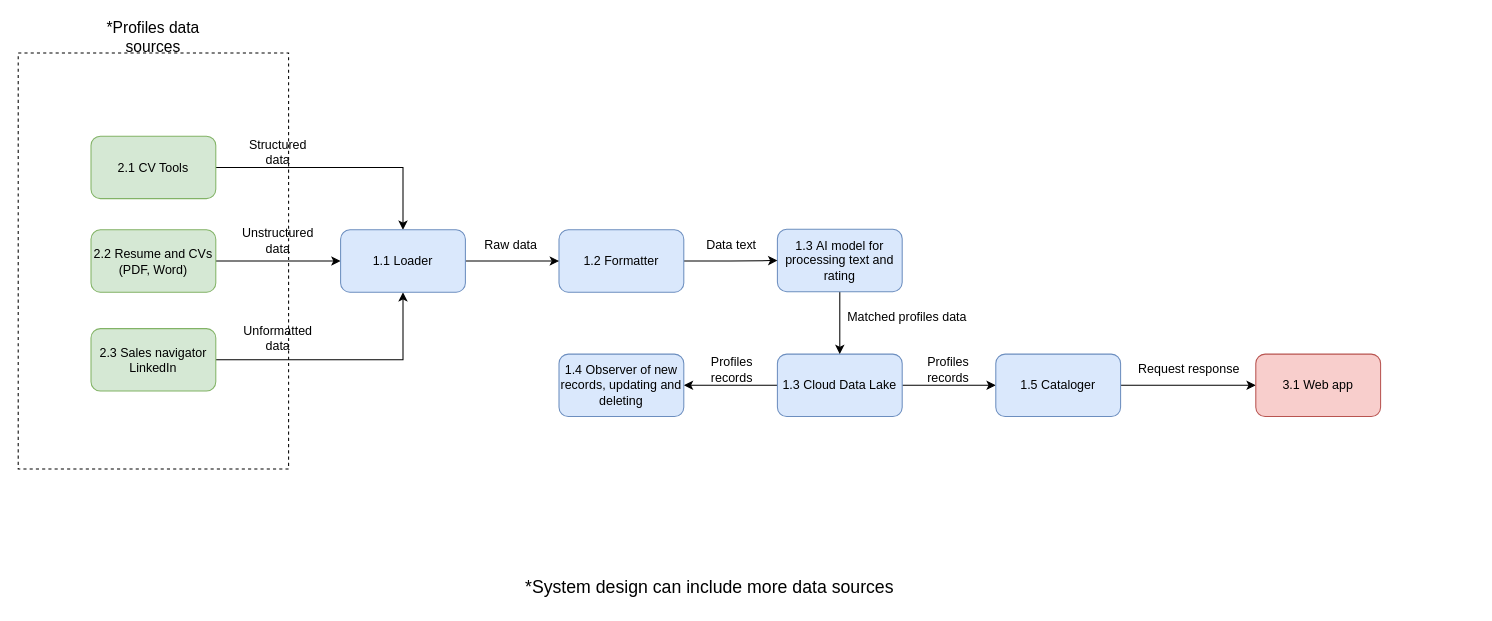
Above: page "LVL-1" (2 of 3) of architecture.drawio in pipemohz/magnus (draw.io), before the change. Source tidied: cells renumbered, new cells numbered last; positions are measured from the earlier drawing's top-left corner, leaving out a move shared by most shapes. Both pictures are drawn from the tidied source at 104%, with x=0, y=0 at pixel (18, 21).
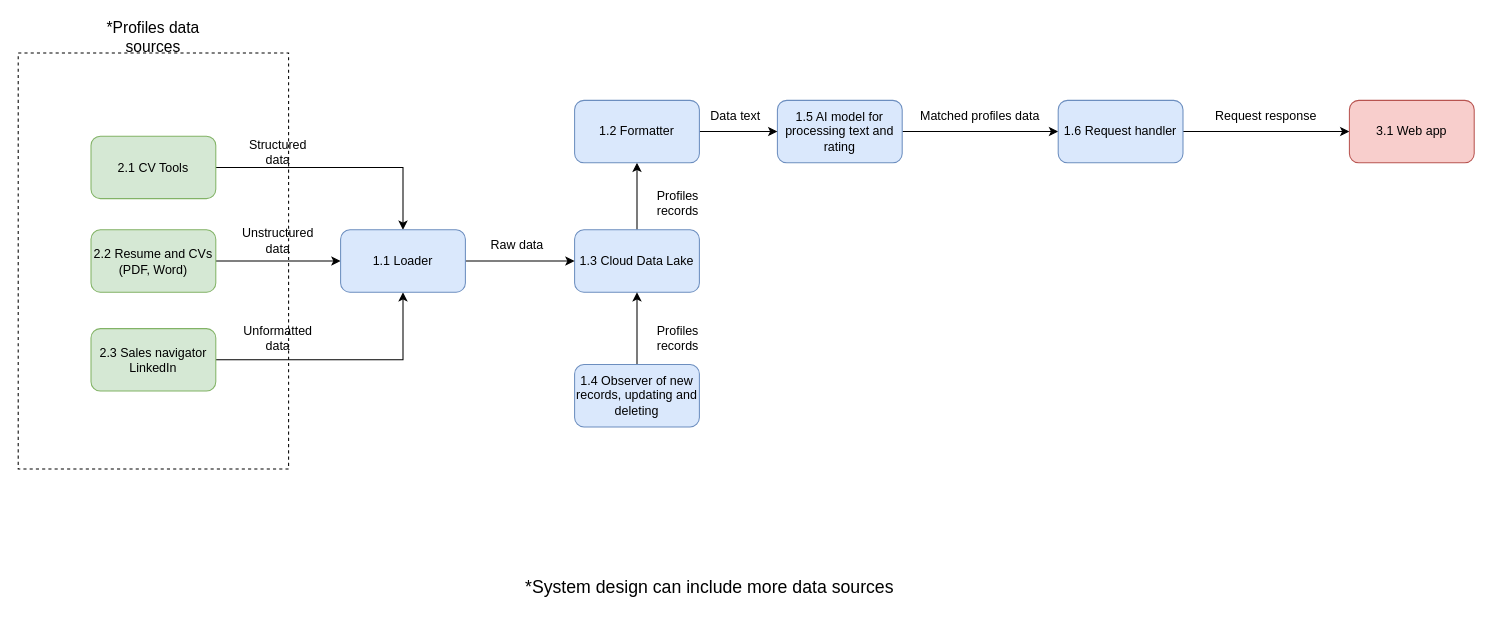
The same diagram, later.

The change refers to these unchanged cells:
```xml
<mxCell id="28" value="1.1 Loader" style="rounded=1;whiteSpace=wrap;html=1;fillColor=#dae8fc;strokeColor=#6c8ebf;" parent="1" vertex="1">
  <mxGeometry x="310" y="200.5" width="120" height="60" as="geometry" />
</mxCell>
```

Change to the diagram source:
```diff
@@
-    <mxCell id="12" style="edgeStyle=orthogonalEdgeStyle;rounded=0;jettySize=auto;html=1;exitX=0;exitY=0.5;exitDx=0;exitDy=0;entryX=1;entryY=0.5;entryDx=0;entryDy=0;" parent="1" edge="1" source="14" target="15">
-      <mxGeometry relative="1" as="geometry" />
-    </mxCell>
-    <mxCell id="13" style="edgeStyle=orthogonalEdgeStyle;rounded=0;jettySize=auto;html=1;exitX=1;exitY=0.5;exitDx=0;exitDy=0;entryX=0;entryY=0.5;entryDx=0;entryDy=0;" parent="1" edge="1" source="14" target="19">
-      <mxGeometry relative="1" as="geometry" />
-    </mxCell>
+    <mxCell id="33" style="edgeStyle=orthogonalEdgeStyle;rounded=0;jettySize=auto;html=1;exitX=0.5;exitY=0;exitDx=0;exitDy=0;entryX=0.5;entryY=1;entryDx=0;entryDy=0;" parent="1" edge="1" source="14" target="25">
+      <mxGeometry relative="1" as="geometry" />
+    </mxCell>
     <mxCell id="14" value="1.3 Cloud Data Lake" style="rounded=1;whiteSpace=wrap;html=1;fillColor=#dae8fc;strokeColor=#6c8ebf;" parent="1" vertex="1">
-      <mxGeometry x="730" y="320" width="120" height="60" as="geometry" />
+      <mxGeometry x="535" y="200.5" width="120" height="60" as="geometry" />
     </mxCell>
+    <mxCell id="34" style="edgeStyle=orthogonalEdgeStyle;rounded=0;jettySize=auto;html=1;exitX=0.5;exitY=0;exitDx=0;exitDy=0;entryX=0.5;entryY=1;entryDx=0;entryDy=0;" parent="1" edge="1" source="15" target="14">
+      <mxGeometry relative="1" as="geometry" />
+    </mxCell>
     <mxCell id="15" value="1.4&amp;nbsp;Observer of new records, updating and deleting" style="rounded=1;whiteSpace=wrap;html=1;fillColor=#dae8fc;strokeColor=#6c8ebf;" parent="1" vertex="1">
-      <mxGeometry x="520" y="320" width="120" height="60" as="geometry" />
+      <mxGeometry x="535" y="330" width="120" height="60" as="geometry" />
     </mxCell>
-    <mxCell id="16" style="edgeStyle=orthogonalEdgeStyle;rounded=0;jettySize=auto;html=1;exitX=0.5;exitY=1;exitDx=0;exitDy=0;entryX=0.5;entryY=0;entryDx=0;entryDy=0;" parent="1" edge="1" source="17" target="14">
-      <mxGeometry relative="1" as="geometry" />
-    </mxCell>
+    <mxCell id="35" style="edgeStyle=orthogonalEdgeStyle;rounded=0;jettySize=auto;html=1;exitX=1;exitY=0.5;exitDx=0;exitDy=0;" parent="1" edge="1" source="17" target="19">
+      <mxGeometry relative="1" as="geometry" />
+    </mxCell>
-    <mxCell id="17" value="1.3&amp;nbsp;AI model for processing text and rating" style="rounded=1;whiteSpace=wrap;html=1;fillColor=#dae8fc;strokeColor=#6c8ebf;" parent="1" vertex="1">
-      <mxGeometry x="730" y="200" width="120" height="60" as="geometry" />
+    <mxCell id="17" value="1.5 AI model for processing text and rating" style="rounded=1;whiteSpace=wrap;html=1;fillColor=#dae8fc;strokeColor=#6c8ebf;" parent="1" vertex="1">
+      <mxGeometry x="730" y="76" width="120" height="60" as="geometry" />
     </mxCell>
@@
-    <mxCell id="19" value="1.5 Cataloger" style="rounded=1;whiteSpace=wrap;html=1;fillColor=#dae8fc;strokeColor=#6c8ebf;" parent="1" vertex="1">
-      <mxGeometry x="940" y="320" width="120" height="60" as="geometry" />
+    <mxCell id="19" value="1.6 Request handler" style="rounded=1;whiteSpace=wrap;html=1;fillColor=#dae8fc;strokeColor=#6c8ebf;" parent="1" vertex="1">
+      <mxGeometry x="1000" y="76" width="120" height="60" as="geometry" />
     </mxCell>
     <mxCell id="20" value="3.1 Web app" style="rounded=1;whiteSpace=wrap;html=1;fillColor=#f8cecc;strokeColor=#b85450;" parent="1" vertex="1">
-      <mxGeometry x="1190" y="320" width="120" height="60" as="geometry" />
+      <mxGeometry x="1280" y="76" width="120" height="60" as="geometry" />
     </mxCell>
     <mxCell id="21" value="Request response" style="text;html=1;strokeColor=none;fillColor=none;align=center;verticalAlign=middle;whiteSpace=wrap;rounded=0;" parent="1" vertex="1">
-      <mxGeometry x="1076" y="320" width="100" height="30" as="geometry" />
+      <mxGeometry x="1150" y="76" width="100" height="30" as="geometry" />
     </mxCell>
     <mxCell id="22" value="Profiles records" style="text;html=1;strokeColor=none;fillColor=none;align=center;verticalAlign=middle;whiteSpace=wrap;rounded=0;" parent="1" vertex="1">
-      <mxGeometry x="651.5" y="320" width="69" height="30" as="geometry" />
+      <mxGeometry x="600" y="160" width="69" height="30" as="geometry" />
     </mxCell>
     <mxCell id="23" value="Matched profiles data" style="text;html=1;strokeColor=none;fillColor=none;align=center;verticalAlign=middle;whiteSpace=wrap;rounded=0;" parent="1" vertex="1">
-      <mxGeometry x="790" y="270" width="130" height="30" as="geometry" />
+      <mxGeometry x="860" y="76" width="130" height="30" as="geometry" />
     </mxCell>
-    <mxCell id="24" style="edgeStyle=orthogonalEdgeStyle;rounded=0;jettySize=auto;html=1;exitX=1;exitY=0.5;exitDx=0;exitDy=0;" parent="1" edge="1" source="25" target="17">
+    <mxCell id="24" style="edgeStyle=orthogonalEdgeStyle;rounded=0;jettySize=auto;html=1;exitX=1;exitY=0.5;exitDx=0;exitDy=0;entryX=0;entryY=0.5;entryDx=0;entryDy=0;" parent="1" edge="1" source="25" target="17">
       <mxGeometry relative="1" as="geometry" />
     </mxCell>
     <mxCell id="25" value="1.2 Formatter" style="rounded=1;whiteSpace=wrap;html=1;fillColor=#dae8fc;strokeColor=#6c8ebf;" parent="1" vertex="1">
-      <mxGeometry x="520" y="200.5" width="120" height="60" as="geometry" />
+      <mxGeometry x="535" y="76" width="120" height="60" as="geometry" />
     </mxCell>
     <mxCell id="26" value="Raw data" style="text;html=1;strokeColor=none;fillColor=none;align=center;verticalAlign=middle;whiteSpace=wrap;rounded=0;" parent="1" vertex="1">
-      <mxGeometry x="444" y="200" width="60" height="30" as="geometry" />
+      <mxGeometry x="450" y="200" width="60" height="30" as="geometry" />
     </mxCell>
-    <mxCell id="27" style="edgeStyle=orthogonalEdgeStyle;rounded=0;jettySize=auto;html=1;exitX=1;exitY=0.5;exitDx=0;exitDy=0;" parent="1" edge="1" source="28" target="25">
-      <mxGeometry relative="1" as="geometry" />
-    </mxCell>
+    <mxCell id="36" style="edgeStyle=orthogonalEdgeStyle;rounded=0;jettySize=auto;html=1;exitX=1;exitY=0.5;exitDx=0;exitDy=0;" parent="1" edge="1" source="28" target="14">
+      <mxGeometry relative="1" as="geometry" />
+    </mxCell>
@@
     <mxCell id="30" value="Data text" style="text;html=1;strokeColor=none;fillColor=none;align=center;verticalAlign=middle;whiteSpace=wrap;rounded=0;" parent="1" vertex="1">
-      <mxGeometry x="656" y="200" width="60" height="30" as="geometry" />
+      <mxGeometry x="660" y="76" width="60" height="30" as="geometry" />
     </mxCell>
     <mxCell id="31" value="Profiles records" style="text;html=1;strokeColor=none;fillColor=none;align=center;verticalAlign=middle;whiteSpace=wrap;rounded=0;" parent="1" vertex="1">
-      <mxGeometry x="860" y="320" width="69" height="30" as="geometry" />
+      <mxGeometry x="600" y="290" width="69" height="30" as="geometry" />
     </mxCell>
```
